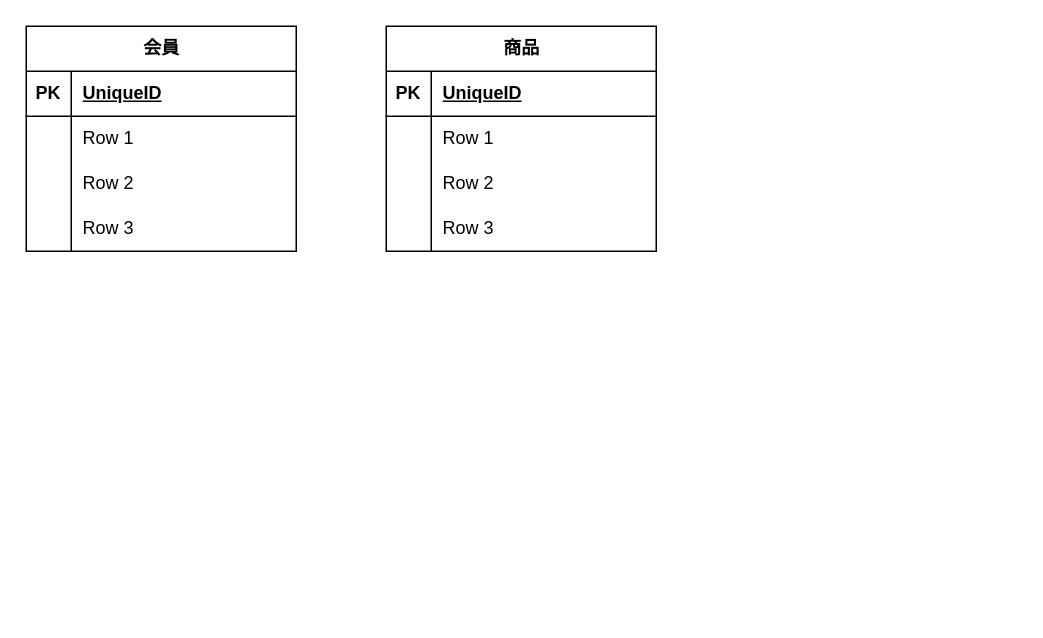
Above: ER図.drawio in Satoko0129/exercises (draw.io), before the change. Source tidied: cells renumbered, new cells numbered last; positions are measured from the earlier drawing's top-left corner, leaving out a move shared by most shapes. Both pictures are drawn from the tidied source at 150%, with x=0, y=0 at pixel (26, 26).
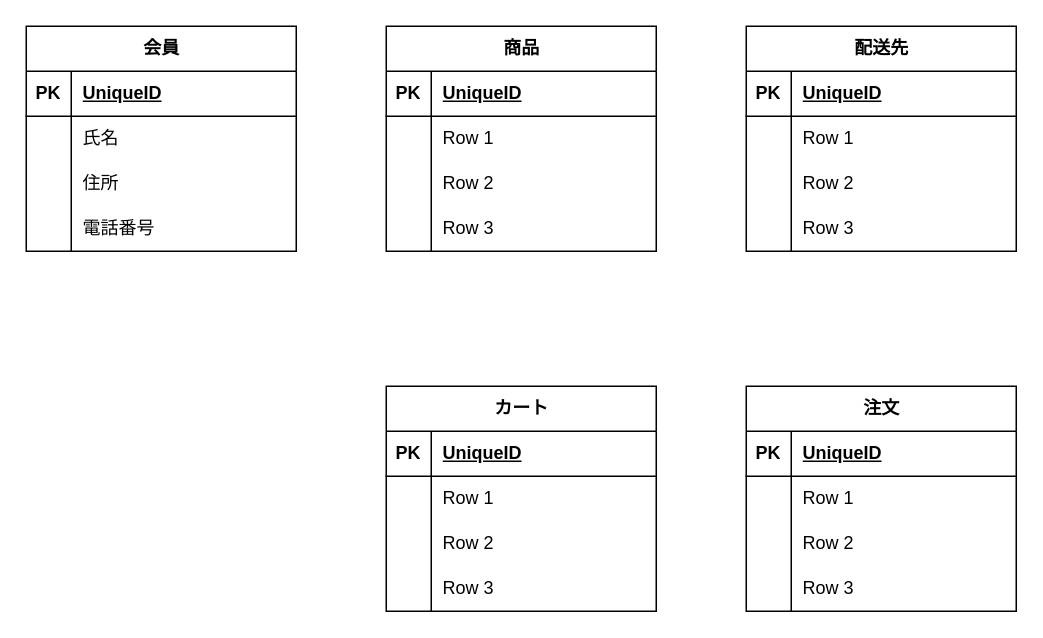
The same diagram, later.

Commit message (it also covers changes not shown here):
ER図.drawio を更新します

Unchanged cells that the change refers to:
```xml
<mxCell id="6" style="shape=tableRow;horizontal=0;startSize=0;swimlaneHead=0;swimlaneBody=0;fillColor=none;top=0;left=0;right=0;bottom=0;" parent="2" vertex="1">
  <mxGeometry y="60" width="180" height="30" as="geometry" />
</mxCell>
<mxCell id="9" style="shape=tableRow;horizontal=0;startSize=0;swimlaneHead=0;swimlaneBody=0;fillColor=none;top=0;left=0;right=0;bottom=0;" parent="2" vertex="1">
  <mxGeometry y="90" width="180" height="30" as="geometry" />
</mxCell>
<mxCell id="12" style="shape=tableRow;horizontal=0;startSize=0;swimlaneHead=0;swimlaneBody=0;fillColor=none;top=0;left=0;right=0;bottom=0;" parent="2" vertex="1">
  <mxGeometry y="120" width="180" height="30" as="geometry" />
</mxCell>
```

Diff of the diagram source:
```diff
@@
-    <mxCell id="8" value="Row 1" style="shape=partialRectangle;fillColor=none;top=0;left=0;bottom=0;right=0;align=left;spacingLeft=6;overflow=hidden;whiteSpace=wrap;html=1;" parent="6" vertex="1">
+    <mxCell id="8" value="氏名" style="shape=partialRectangle;fillColor=none;top=0;left=0;bottom=0;right=0;align=left;spacingLeft=6;overflow=hidden;whiteSpace=wrap;html=1;" parent="6" vertex="1">
       <mxGeometry x="30" width="150" height="30" as="geometry" />
     </mxCell>
@@
-    <mxCell id="11" value="Row 2" style="shape=partialRectangle;fillColor=none;top=0;left=0;bottom=0;right=0;align=left;spacingLeft=6;overflow=hidden;whiteSpace=wrap;html=1;" parent="9" vertex="1">
+    <mxCell id="11" value="住所" style="shape=partialRectangle;fillColor=none;top=0;left=0;bottom=0;right=0;align=left;spacingLeft=6;overflow=hidden;whiteSpace=wrap;html=1;" parent="9" vertex="1">
       <mxGeometry x="30" width="150" height="30" as="geometry" />
     </mxCell>
@@
-    <mxCell id="14" value="Row 3" style="shape=partialRectangle;fillColor=none;top=0;left=0;bottom=0;right=0;align=left;spacingLeft=6;overflow=hidden;whiteSpace=wrap;html=1;" parent="12" vertex="1">
+    <mxCell id="14" value="電話番号" style="shape=partialRectangle;fillColor=none;top=0;left=0;bottom=0;right=0;align=left;spacingLeft=6;overflow=hidden;whiteSpace=wrap;html=1;" parent="12" vertex="1">
       <mxGeometry x="30" width="150" height="30" as="geometry" />
     </mxCell>
@@
+    <mxCell id="28" value="配送先" style="shape=table;startSize=30;childLayout=tableLayout;rowLines=0;fontStyle=1;align=center;html=1;" parent="1" vertex="1">
+      <mxGeometry x="480" width="180" height="150" as="geometry" />
+    </mxCell>
+    <mxCell id="29" style="shape=tableRow;horizontal=0;startSize=0;swimlaneHead=0;swimlaneBody=0;fillColor=none;top=0;left=0;right=0;bottom=1;" parent="28" vertex="1">
+      <mxGeometry y="30" width="180" height="30" as="geometry" />
+    </mxCell>
+    <mxCell id="30" value="PK" style="shape=partialRectangle;fillColor=none;top=0;left=0;bottom=0;right=0;fontStyle=1;overflow=hidden;whiteSpace=wrap;html=1;" parent="29" vertex="1">
+      <mxGeometry width="30" height="30" as="geometry" />
+    </mxCell>
+    <mxCell id="31" value="UniqueID" style="shape=partialRectangle;fillColor=none;top=0;left=0;bottom=0;right=0;align=left;spacingLeft=6;fontStyle=5;overflow=hidden;whiteSpace=wrap;html=1;" parent="29" vertex="1">
+      <mxGeometry x="30" width="150" height="30" as="geometry" />
+    </mxCell>
+    <mxCell id="32" style="shape=tableRow;horizontal=0;startSize=0;swimlaneHead=0;swimlaneBody=0;fillColor=none;top=0;left=0;right=0;bottom=0;" parent="28" vertex="1">
+      <mxGeometry y="60" width="180" height="30" as="geometry" />
+    </mxCell>
+    <mxCell id="33" style="shape=partialRectangle;fillColor=none;top=0;left=0;bottom=0;right=0;overflow=hidden;whiteSpace=wrap;html=1;" parent="32" vertex="1">
+      <mxGeometry width="30" height="30" as="geometry" />
+    </mxCell>
+    <mxCell id="34" value="Row 1" style="shape=partialRectangle;fillColor=none;top=0;left=0;bottom=0;right=0;align=left;spacingLeft=6;overflow=hidden;whiteSpace=wrap;html=1;" parent="32" vertex="1">
+      <mxGeometry x="30" width="150" height="30" as="geometry" />
+    </mxCell>
+    <mxCell id="35" style="shape=tableRow;horizontal=0;startSize=0;swimlaneHead=0;swimlaneBody=0;fillColor=none;top=0;left=0;right=0;bottom=0;" parent="28" vertex="1">
+      <mxGeometry y="90" width="180" height="30" as="geometry" />
+    </mxCell>
+    <mxCell id="36" style="shape=partialRectangle;fillColor=none;top=0;left=0;bottom=0;right=0;overflow=hidden;whiteSpace=wrap;html=1;" parent="35" vertex="1">
+      <mxGeometry width="30" height="30" as="geometry" />
+    </mxCell>
+    <mxCell id="37" value="Row 2" style="shape=partialRectangle;fillColor=none;top=0;left=0;bottom=0;right=0;align=left;spacingLeft=6;overflow=hidden;whiteSpace=wrap;html=1;" parent="35" vertex="1">
+      <mxGeometry x="30" width="150" height="30" as="geometry" />
+    </mxCell>
+    <mxCell id="38" style="shape=tableRow;horizontal=0;startSize=0;swimlaneHead=0;swimlaneBody=0;fillColor=none;top=0;left=0;right=0;bottom=0;" parent="28" vertex="1">
+      <mxGeometry y="120" width="180" height="30" as="geometry" />
+    </mxCell>
+    <mxCell id="39" style="shape=partialRectangle;fillColor=none;top=0;left=0;bottom=0;right=0;overflow=hidden;whiteSpace=wrap;html=1;" parent="38" vertex="1">
+      <mxGeometry width="30" height="30" as="geometry" />
+    </mxCell>
+    <mxCell id="40" value="Row 3" style="shape=partialRectangle;fillColor=none;top=0;left=0;bottom=0;right=0;align=left;spacingLeft=6;overflow=hidden;whiteSpace=wrap;html=1;" parent="38" vertex="1">
+      <mxGeometry x="30" width="150" height="30" as="geometry" />
+    </mxCell>
+    <mxCell id="41" value="カート" style="shape=table;startSize=30;childLayout=tableLayout;rowLines=0;fontStyle=1;align=center;html=1;" parent="1" vertex="1">
+      <mxGeometry x="240" y="240" width="180" height="150" as="geometry" />
+    </mxCell>
+    <mxCell id="42" style="shape=tableRow;horizontal=0;startSize=0;swimlaneHead=0;swimlaneBody=0;fillColor=none;top=0;left=0;right=0;bottom=1;" parent="41" vertex="1">
+      <mxGeometry y="30" width="180" height="30" as="geometry" />
+    </mxCell>
+    <mxCell id="43" value="PK" style="shape=partialRectangle;fillColor=none;top=0;left=0;bottom=0;right=0;fontStyle=1;overflow=hidden;whiteSpace=wrap;html=1;" parent="42" vertex="1">
+      <mxGeometry width="30" height="30" as="geometry" />
+    </mxCell>
+    <mxCell id="44" value="UniqueID" style="shape=partialRectangle;fillColor=none;top=0;left=0;bottom=0;right=0;align=left;spacingLeft=6;fontStyle=5;overflow=hidden;whiteSpace=wrap;html=1;" parent="42" vertex="1">
+      <mxGeometry x="30" width="150" height="30" as="geometry" />
+    </mxCell>
+    <mxCell id="45" style="shape=tableRow;horizontal=0;startSize=0;swimlaneHead=0;swimlaneBody=0;fillColor=none;top=0;left=0;right=0;bottom=0;" parent="41" vertex="1">
+      <mxGeometry y="60" width="180" height="30" as="geometry" />
+    </mxCell>
+    <mxCell id="46" style="shape=partialRectangle;fillColor=none;top=0;left=0;bottom=0;right=0;overflow=hidden;whiteSpace=wrap;html=1;" parent="45" vertex="1">
+      <mxGeometry width="30" height="30" as="geometry" />
+    </mxCell>
+    <mxCell id="47" value="Row 1" style="shape=partialRectangle;fillColor=none;top=0;left=0;bottom=0;right=0;align=left;spacingLeft=6;overflow=hidden;whiteSpace=wrap;html=1;" parent="45" vertex="1">
+      <mxGeometry x="30" width="150" height="30" as="geometry" />
+    </mxCell>
+    <mxCell id="48" style="shape=tableRow;horizontal=0;startSize=0;swimlaneHead=0;swimlaneBody=0;fillColor=none;top=0;left=0;right=0;bottom=0;" parent="41" vertex="1">
+      <mxGeometry y="90" width="180" height="30" as="geometry" />
+    </mxCell>
+    <mxCell id="49" style="shape=partialRectangle;fillColor=none;top=0;left=0;bottom=0;right=0;overflow=hidden;whiteSpace=wrap;html=1;" parent="48" vertex="1">
+      <mxGeometry width="30" height="30" as="geometry" />
+    </mxCell>
+    <mxCell id="50" value="Row 2" style="shape=partialRectangle;fillColor=none;top=0;left=0;bottom=0;right=0;align=left;spacingLeft=6;overflow=hidden;whiteSpace=wrap;html=1;" parent="48" vertex="1">
+      <mxGeometry x="30" width="150" height="30" as="geometry" />
+    </mxCell>
+    <mxCell id="51" style="shape=tableRow;horizontal=0;startSize=0;swimlaneHead=0;swimlaneBody=0;fillColor=none;top=0;left=0;right=0;bottom=0;" parent="41" vertex="1">
+      <mxGeometry y="120" width="180" height="30" as="geometry" />
+    </mxCell>
+    <mxCell id="52" style="shape=partialRectangle;fillColor=none;top=0;left=0;bottom=0;right=0;overflow=hidden;whiteSpace=wrap;html=1;" parent="51" vertex="1">
+      <mxGeometry width="30" height="30" as="geometry" />
+    </mxCell>
+    <mxCell id="53" value="Row 3" style="shape=partialRectangle;fillColor=none;top=0;left=0;bottom=0;right=0;align=left;spacingLeft=6;overflow=hidden;whiteSpace=wrap;html=1;" parent="51" vertex="1">
+      <mxGeometry x="30" width="150" height="30" as="geometry" />
+    </mxCell>
+    <mxCell id="54" value="注文" style="shape=table;startSize=30;childLayout=tableLayout;rowLines=0;fontStyle=1;align=center;html=1;" parent="1" vertex="1">
+      <mxGeometry x="480" y="240" width="180" height="150" as="geometry" />
+    </mxCell>
+    <mxCell id="55" style="shape=tableRow;horizontal=0;startSize=0;swimlaneHead=0;swimlaneBody=0;fillColor=none;top=0;left=0;right=0;bottom=1;" parent="54" vertex="1">
+      <mxGeometry y="30" width="180" height="30" as="geometry" />
+    </mxCell>
+    <mxCell id="56" value="PK" style="shape=partialRectangle;fillColor=none;top=0;left=0;bottom=0;right=0;fontStyle=1;overflow=hidden;whiteSpace=wrap;html=1;" parent="55" vertex="1">
+      <mxGeometry width="30" height="30" as="geometry" />
+    </mxCell>
+    <mxCell id="57" value="UniqueID" style="shape=partialRectangle;fillColor=none;top=0;left=0;bottom=0;right=0;align=left;spacingLeft=6;fontStyle=5;overflow=hidden;whiteSpace=wrap;html=1;" parent="55" vertex="1">
+      <mxGeometry x="30" width="150" height="30" as="geometry" />
+    </mxCell>
+    <mxCell id="58" style="shape=tableRow;horizontal=0;startSize=0;swimlaneHead=0;swimlaneBody=0;fillColor=none;top=0;left=0;right=0;bottom=0;" parent="54" vertex="1">
+      <mxGeometry y="60" width="180" height="30" as="geometry" />
+    </mxCell>
+    <mxCell id="59" style="shape=partialRectangle;fillColor=none;top=0;left=0;bottom=0;right=0;overflow=hidden;whiteSpace=wrap;html=1;" parent="58" vertex="1">
+      <mxGeometry width="30" height="30" as="geometry" />
+    </mxCell>
+    <mxCell id="60" value="Row 1" style="shape=partialRectangle;fillColor=none;top=0;left=0;bottom=0;right=0;align=left;spacingLeft=6;overflow=hidden;whiteSpace=wrap;html=1;" parent="58" vertex="1">
+      <mxGeometry x="30" width="150" height="30" as="geometry" />
+    </mxCell>
+    <mxCell id="61" style="shape=tableRow;horizontal=0;startSize=0;swimlaneHead=0;swimlaneBody=0;fillColor=none;top=0;left=0;right=0;bottom=0;" parent="54" vertex="1">
+      <mxGeometry y="90" width="180" height="30" as="geometry" />
+    </mxCell>
+    <mxCell id="62" style="shape=partialRectangle;fillColor=none;top=0;left=0;bottom=0;right=0;overflow=hidden;whiteSpace=wrap;html=1;" parent="61" vertex="1">
+      <mxGeometry width="30" height="30" as="geometry" />
+    </mxCell>
+    <mxCell id="63" value="Row 2" style="shape=partialRectangle;fillColor=none;top=0;left=0;bottom=0;right=0;align=left;spacingLeft=6;overflow=hidden;whiteSpace=wrap;html=1;" parent="61" vertex="1">
+      <mxGeometry x="30" width="150" height="30" as="geometry" />
+    </mxCell>
+    <mxCell id="64" style="shape=tableRow;horizontal=0;startSize=0;swimlaneHead=0;swimlaneBody=0;fillColor=none;top=0;left=0;right=0;bottom=0;" parent="54" vertex="1">
+      <mxGeometry y="120" width="180" height="30" as="geometry" />
+    </mxCell>
+    <mxCell id="65" style="shape=partialRectangle;fillColor=none;top=0;left=0;bottom=0;right=0;overflow=hidden;whiteSpace=wrap;html=1;" parent="64" vertex="1">
+      <mxGeometry width="30" height="30" as="geometry" />
+    </mxCell>
+    <mxCell id="66" value="Row 3" style="shape=partialRectangle;fillColor=none;top=0;left=0;bottom=0;right=0;align=left;spacingLeft=6;overflow=hidden;whiteSpace=wrap;html=1;" parent="64" vertex="1">
+      <mxGeometry x="30" width="150" height="30" as="geometry" />
+    </mxCell>
```
